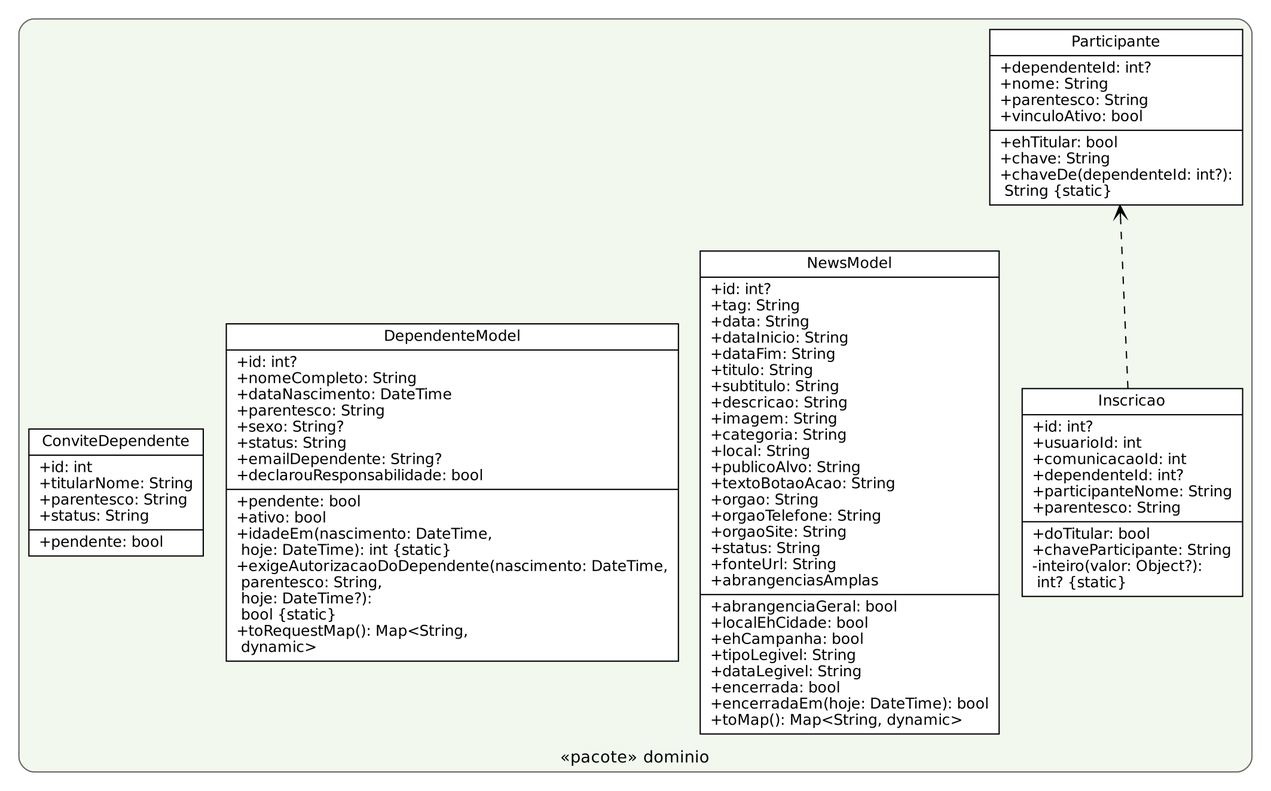
Above: qualidade/diagramas/ex11b_classes_dominio.png in Conecta-Vida/Conecta-Vida-Mobile (Graphviz), before the change. Its source is kept beside it as qualidade/diagramas/ex11b_classes_dominio.dot. The source it was exported from:
```dot
digraph classes {
rankdir=BT; nodesep=0.25; ranksep=0.5; pad=0.1; concentrate=true;
node [shape=record, fontname="DejaVu Sans", fontsize=12, style=filled, fillcolor="#ffffff"];
edge [fontname="DejaVu Sans", fontsize=11];
subgraph cluster_0 { label="«pacote» dominio"; style="rounded,filled"; fillcolor="#f2f8ee"; color=gray40; fontname="DejaVu Sans"; fontsize=13; labelloc=t;
  Inscricao [label="{Inscricao|+id: int?\l+usuarioId: int\l+comunicacaoId: int\l+dependenteId: int?\l+participanteNome: String\l+parentesco: String\l|+doTitular: bool\l+chaveParticipante: String\l-inteiro(valor: Object?):\l      int? \{static\}\l}"];
  Participante [label="{Participante|+dependenteId: int?\l+nome: String\l+parentesco: String\l+vinculoAtivo: bool\l|+ehTitular: bool\l+chave: String\l+chaveDe(dependenteId: int?):\l      String \{static\}\l}"];
  NewsModel [label="{NewsModel|+id: int?\l+tag: String\l+data: String\l+dataInicio: String\l+dataFim: String\l+titulo: String\l+subtitulo: String\l+descricao: String\l+imagem: String\l+categoria: String\l+local: String\l+publicoAlvo: String\l+textoBotaoAcao: String\l+orgao: String\l+orgaoTelefone: String\l+orgaoSite: String\l+status: String\l+fonteUrl: String\l+abrangenciasAmplas\l|+abrangenciaGeral: bool\l+localEhCidade: bool\l+ehCampanha: bool\l+tipoLegivel: String\l+dataLegivel: String\l+encerrada: bool\l+encerradaEm(hoje: DateTime): bool\l+toMap(): Map&lt;String, dynamic&gt;\l}"];
  DependenteModel [label="{DependenteModel|+id: int?\l+nomeCompleto: String\l+dataNascimento: DateTime\l+parentesco: String\l+sexo: String?\l+status: String\l+emailDependente: String?\l+declarouResponsabilidade: bool\l|+pendente: bool\l+ativo: bool\l+idadeEm(nascimento: DateTime,\l      hoje: DateTime): int \{static\}\l+exigeAutorizacaoDoDependente(nascimento: DateTime,\l      parentesco: String,\l      hoje: DateTime?):\l      bool \{static\}\l+toRequestMap(): Map&lt;String,\l      dynamic&gt;\l}"];
  ConviteDependente [label="{ConviteDependente|+id: int\l+titularNome: String\l+parentesco: String\l+status: String\l|+pendente: bool\l}"];
}
  Inscricao -> Participante [arrowhead=vee, style=dashed];
}
```
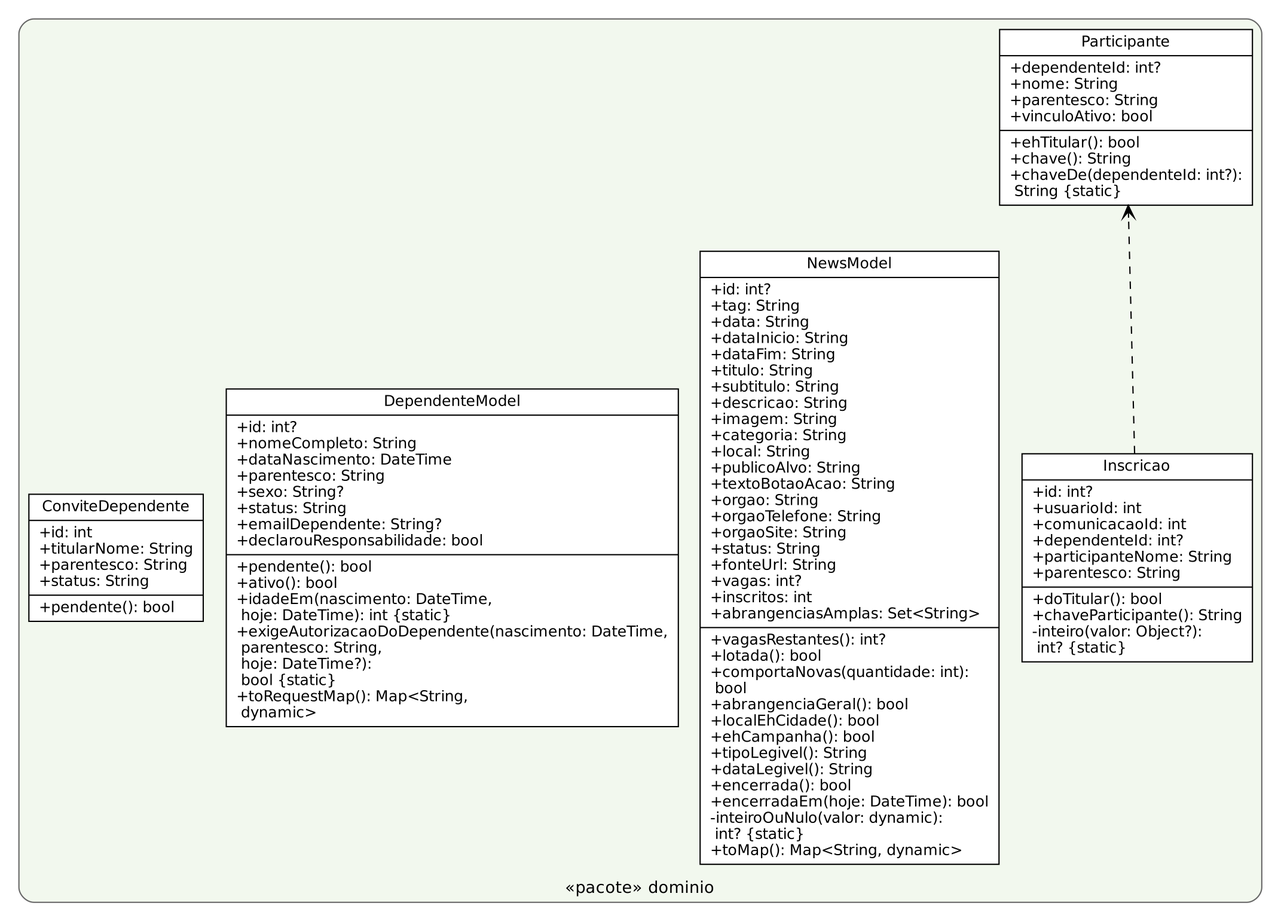
Above is the later version.

Diff of the diagram source:
```diff
@@ -3,11 +3,11 @@
 node [shape=record, fontname="DejaVu Sans", fontsize=12, style=filled, fillcolor="#ffffff"];
 edge [fontname="DejaVu Sans", fontsize=11];
 subgraph cluster_0 { label="«pacote» dominio"; style="rounded,filled"; fillcolor="#f2f8ee"; color=gray40; fontname="DejaVu Sans"; fontsize=13; labelloc=t;
-  Inscricao [label="{Inscricao|+id: int?\l+usuarioId: int\l+comunicacaoId: int\l+dependenteId: int?\l+participanteNome: String\l+parentesco: String\l|+doTitular: bool\l+chaveParticipante: String\l-inteiro(valor: Object?):\l      int? \{static\}\l}"];
-  Participante [label="{Participante|+dependenteId: int?\l+nome: String\l+parentesco: String\l+vinculoAtivo: bool\l|+ehTitular: bool\l+chave: String\l+chaveDe(dependenteId: int?):\l      String \{static\}\l}"];
-  NewsModel [label="{NewsModel|+id: int?\l+tag: String\l+data: String\l+dataInicio: String\l+dataFim: String\l+titulo: String\l+subtitulo: String\l+descricao: String\l+imagem: String\l+categoria: String\l+local: String\l+publicoAlvo: String\l+textoBotaoAcao: String\l+orgao: String\l+orgaoTelefone: String\l+orgaoSite: String\l+status: String\l+fonteUrl: String\l+abrangenciasAmplas\l|+abrangenciaGeral: bool\l+localEhCidade: bool\l+ehCampanha: bool\l+tipoLegivel: String\l+dataLegivel: String\l+encerrada: bool\l+encerradaEm(hoje: DateTime): bool\l+toMap(): Map&lt;String, dynamic&gt;\l}"];
-  DependenteModel [label="{DependenteModel|+id: int?\l+nomeCompleto: String\l+dataNascimento: DateTime\l+parentesco: String\l+sexo: String?\l+status: String\l+emailDependente: String?\l+declarouResponsabilidade: bool\l|+pendente: bool\l+ativo: bool\l+idadeEm(nascimento: DateTime,\l      hoje: DateTime): int \{static\}\l+exigeAutorizacaoDoDependente(nascimento: DateTime,\l      parentesco: String,\l      hoje: DateTime?):\l      bool \{static\}\l+toRequestMap(): Map&lt;String,\l      dynamic&gt;\l}"];
-  ConviteDependente [label="{ConviteDependente|+id: int\l+titularNome: String\l+parentesco: String\l+status: String\l|+pendente: bool\l}"];
+  Inscricao [label="{Inscricao|+id: int?\l+usuarioId: int\l+comunicacaoId: int\l+dependenteId: int?\l+participanteNome: String\l+parentesco: String\l|+doTitular(): bool\l+chaveParticipante(): String\l-inteiro(valor: Object?):\l      int? \{static\}\l}"];
+  Participante [label="{Participante|+dependenteId: int?\l+nome: String\l+parentesco: String\l+vinculoAtivo: bool\l|+ehTitular(): bool\l+chave(): String\l+chaveDe(dependenteId: int?):\l      String \{static\}\l}"];
+  NewsModel [label="{NewsModel|+id: int?\l+tag: String\l+data: String\l+dataInicio: String\l+dataFim: String\l+titulo: String\l+subtitulo: String\l+descricao: String\l+imagem: String\l+categoria: String\l+local: String\l+publicoAlvo: String\l+textoBotaoAcao: String\l+orgao: String\l+orgaoTelefone: String\l+orgaoSite: String\l+status: String\l+fonteUrl: String\l+vagas: int?\l+inscritos: int\l+abrangenciasAmplas: Set&lt;String&gt;\l|+vagasRestantes(): int?\l+lotada(): bool\l+comportaNovas(quantidade: int):\l      bool\l+abrangenciaGeral(): bool\l+localEhCidade(): bool\l+ehCampanha(): bool\l+tipoLegivel(): String\l+dataLegivel(): String\l+encerrada(): bool\l+encerradaEm(hoje: DateTime): bool\l-inteiroOuNulo(valor: dynamic):\l      int? \{static\}\l+toMap(): Map&lt;String, dynamic&gt;\l}"];
+  DependenteModel [label="{DependenteModel|+id: int?\l+nomeCompleto: String\l+dataNascimento: DateTime\l+parentesco: String\l+sexo: String?\l+status: String\l+emailDependente: String?\l+declarouResponsabilidade: bool\l|+pendente(): bool\l+ativo(): bool\l+idadeEm(nascimento: DateTime,\l      hoje: DateTime): int \{static\}\l+exigeAutorizacaoDoDependente(nascimento: DateTime,\l      parentesco: String,\l      hoje: DateTime?):\l      bool \{static\}\l+toRequestMap(): Map&lt;String,\l      dynamic&gt;\l}"];
+  ConviteDependente [label="{ConviteDependente|+id: int\l+titularNome: String\l+parentesco: String\l+status: String\l|+pendente(): bool\l}"];
 }
   Inscricao -> Participante [arrowhead=vee, style=dashed];
 }
```
